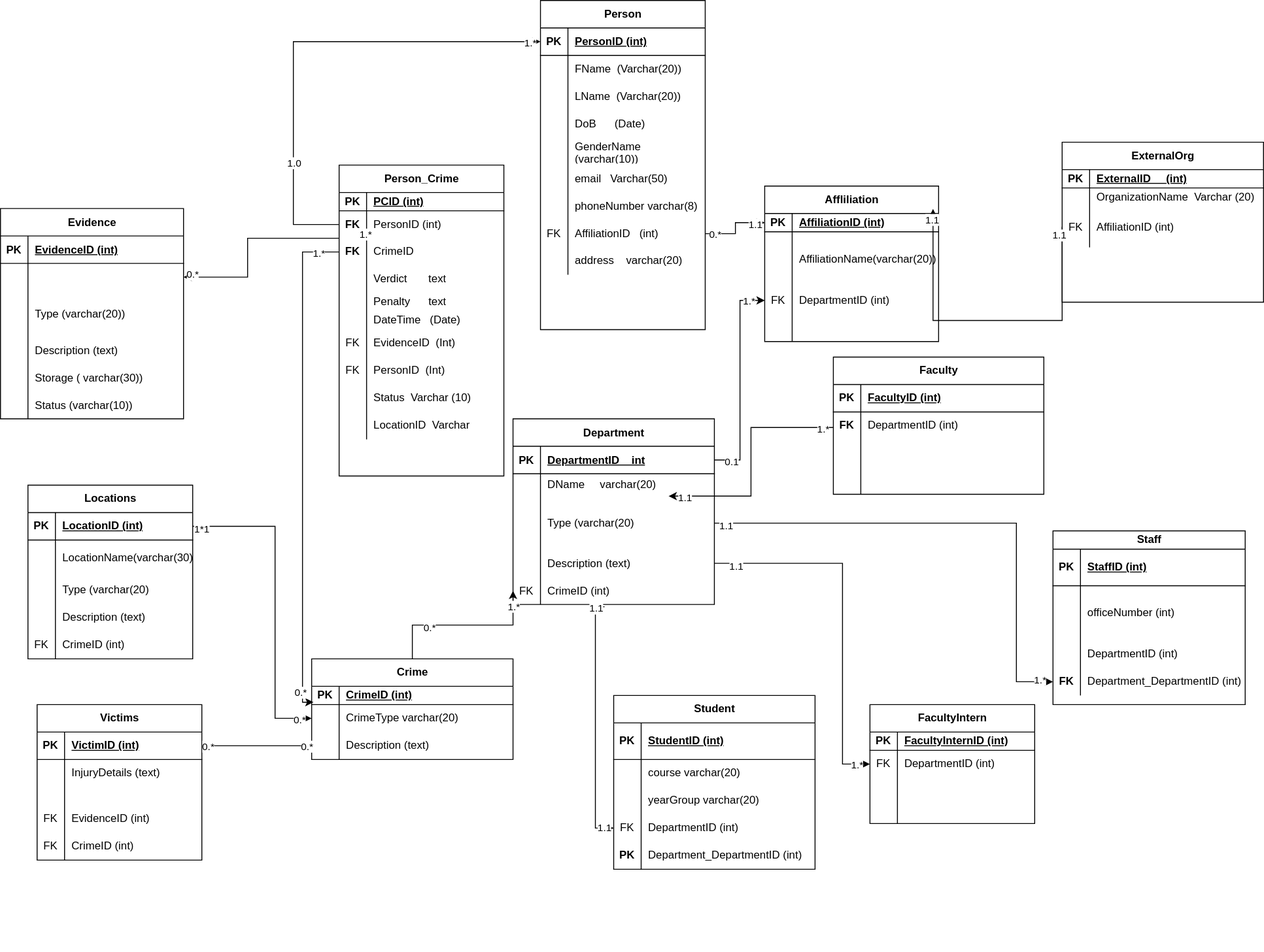
Priscile2/Diagrams keeps this draw.io diagram as Untitled Diagram.drawio.svg. Above is the earlier version. Source tidied: cells renumbered, new cells last; positions are measured from the earlier drawing's top-left corner, leaving out a move shared by most shapes.
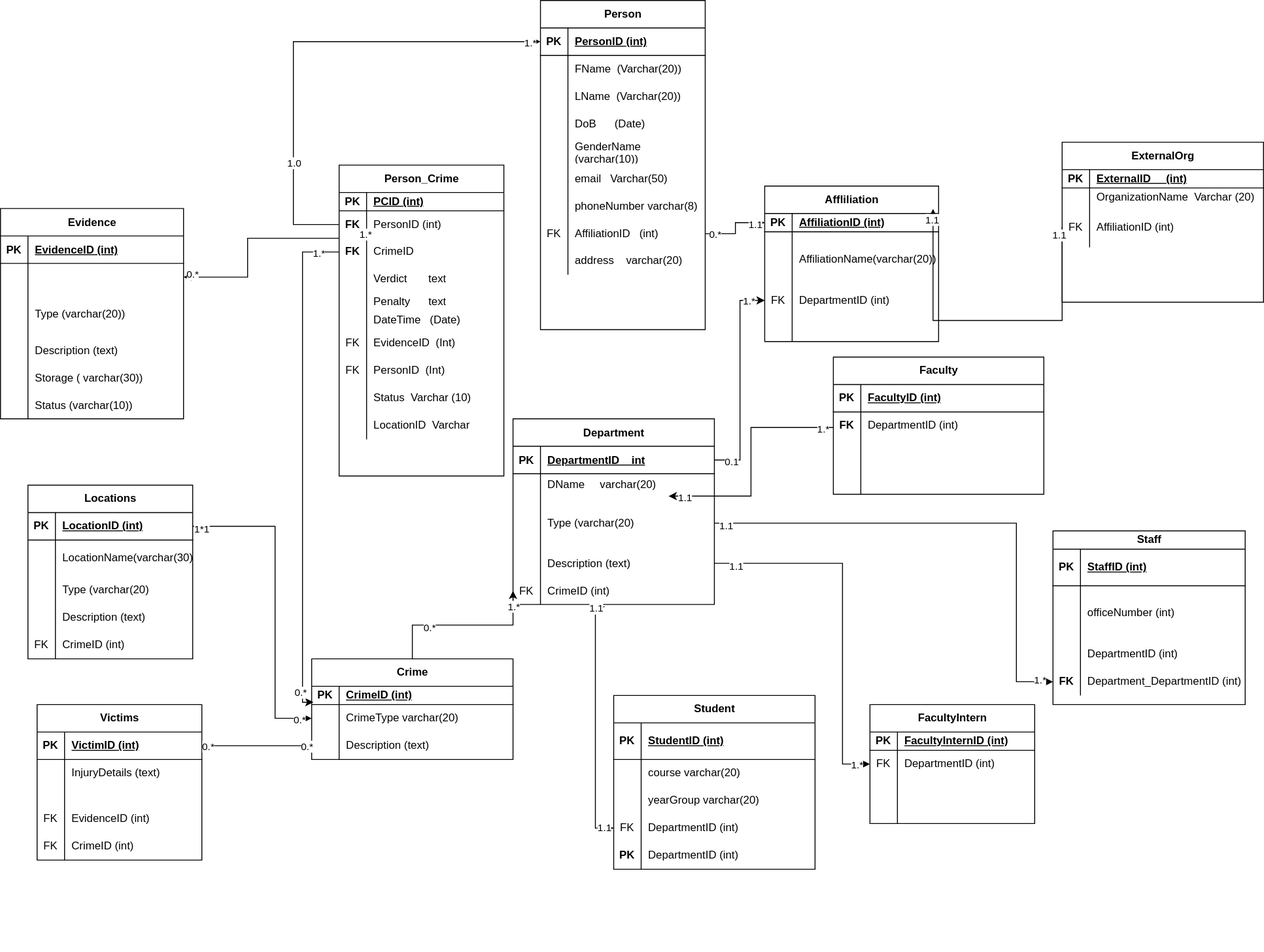
Above is the later version.

The edit, as a diff of the source:
```diff
@@ -446,7 +446,7 @@
     <mxCell id="149" value="&lt;b&gt;PK&lt;/b&gt;" style="shape=partialRectangle;fillColor=none;top=0;left=0;bottom=0;right=0;overflow=hidden;whiteSpace=wrap;html=1;" parent="148" vertex="1">
       <mxGeometry width="30" height="30" as="geometry" />
     </mxCell>
-    <mxCell id="150" value="Department_DepartmentID (int)" style="shape=partialRectangle;fillColor=none;top=0;left=0;bottom=0;right=0;align=left;spacingLeft=6;overflow=hidden;whiteSpace=wrap;html=1;" parent="148" vertex="1">
+    <mxCell id="150" value="DepartmentID (int)" style="shape=partialRectangle;fillColor=none;top=0;left=0;bottom=0;right=0;align=left;spacingLeft=6;overflow=hidden;whiteSpace=wrap;html=1;" parent="148" vertex="1">
       <mxGeometry x="30" width="190" height="30" as="geometry" />
     </mxCell>
     <mxCell id="151" value="ExternalOrg" style="shape=table;startSize=30;rowLines=0;fontStyle=1;align=center;html=1;" parent="1" vertex="1">
```
